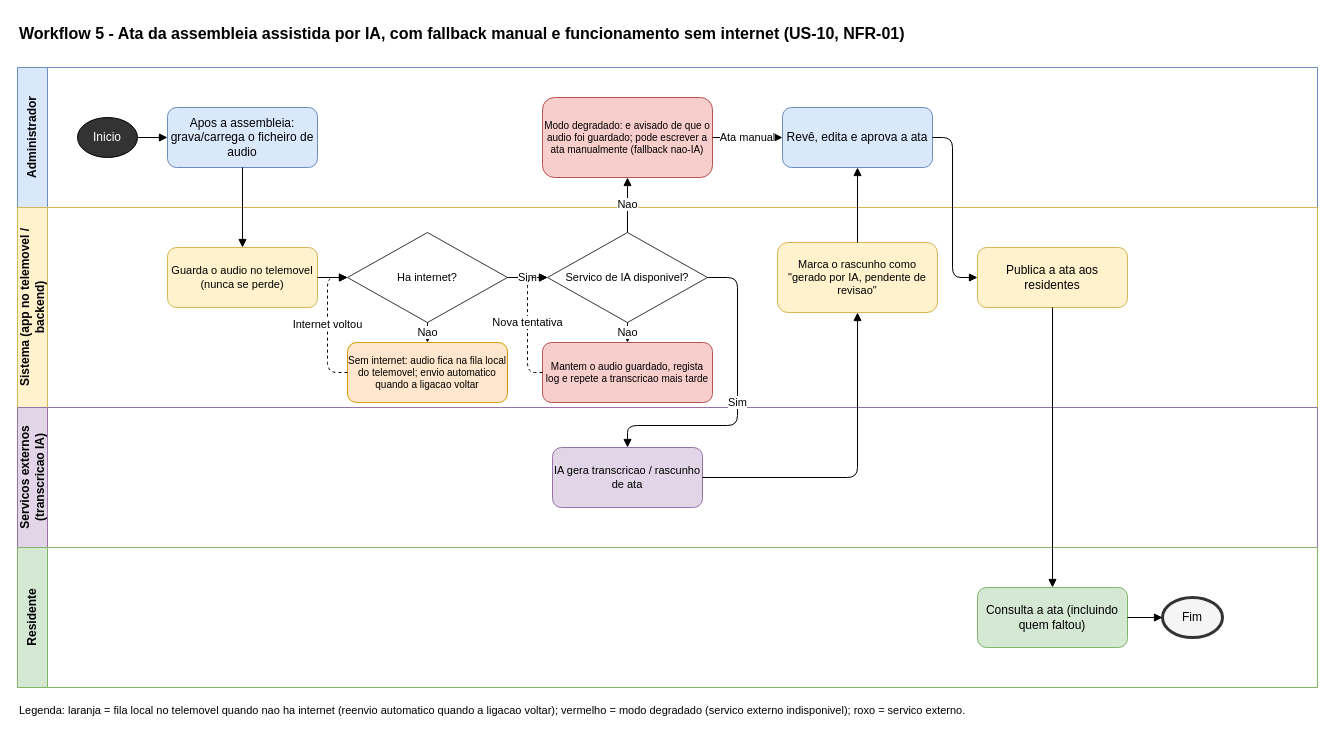
LMNSdev/LABDSOF_DOMUSCAST keeps this draw.io diagram as page "5. Ata da assembleia por IA" (5 of 6) of docs/sprintA/workflows.drawio. Above is the earlier version. Source tidied: cells renumbered, new cells numbered last; positions are measured from the earlier drawing's top-left corner, leaving out a move shared by most shapes. Both pictures are drawn from the tidied source at 100%, with x=0, y=0 at pixel (17, 17).
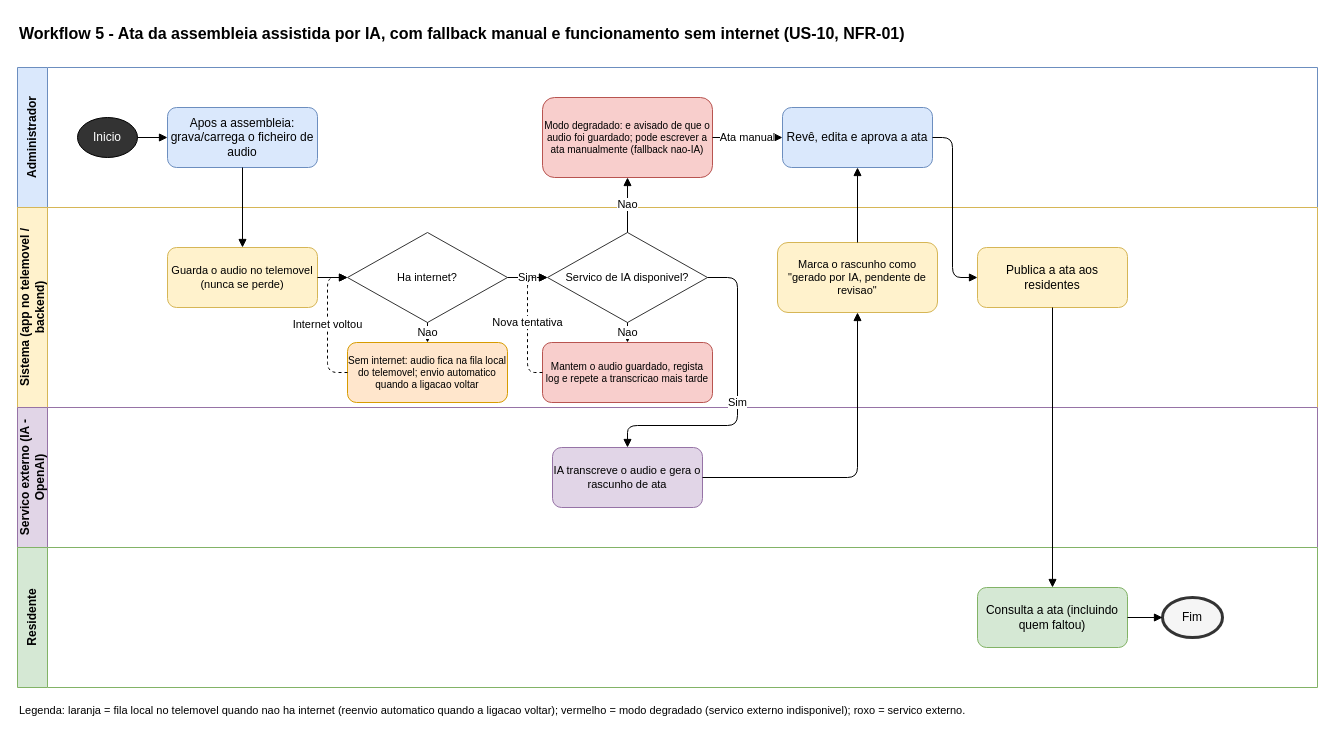
The same diagram, later.

Diff of the diagram source:
```diff
@@
-    <mxCell id="5" value="Servicos externos (transcricao IA)" style="swimlane;horizontal=0;whiteSpace=wrap;html=1;startSize=30;fillColor=#e1d5e7;strokeColor=#9673a6;fontStyle=1;swimlaneFillColor=#ffffff;" parent="1" vertex="1">
+    <mxCell id="5" value="Servico externo (IA - OpenAI)" style="swimlane;horizontal=0;whiteSpace=wrap;html=1;startSize=30;fillColor=#e1d5e7;strokeColor=#9673a6;fontStyle=1;swimlaneFillColor=#ffffff;" parent="1" vertex="1">
       <mxGeometry y="390" width="1300" height="140" as="geometry" />
     </mxCell>
@@
-    <mxCell id="16" value="IA gera transcricao / rascunho de ata" style="rounded=1;whiteSpace=wrap;html=1;fillColor=#e1d5e7;strokeColor=#9673a6;fontSize=11;" parent="1" vertex="1">
+    <mxCell id="16" value="IA transcreve o audio e gera o rascunho de ata" style="rounded=1;whiteSpace=wrap;html=1;fillColor=#e1d5e7;strokeColor=#9673a6;fontSize=11;" parent="1" vertex="1">
       <mxGeometry x="535" y="430" width="150" height="60" as="geometry" />
     </mxCell>
```
